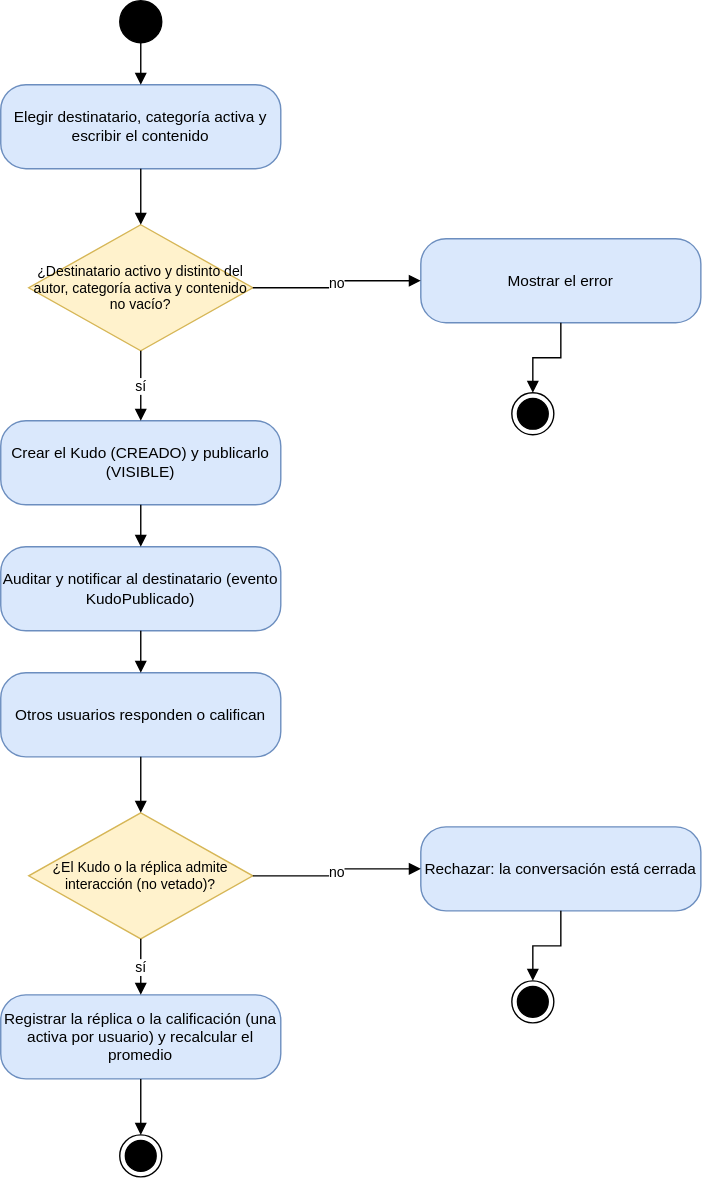
This is documentacion/assets/diagramas/diagramas-actividad-3.svg from JaiderSoto07/kudos-backend, a draw.io export, as it was before one commit. Source tidied: cells renumbered, new cells last; positions are measured from the earlier drawing's top-left corner, leaving out a move shared by most shapes.
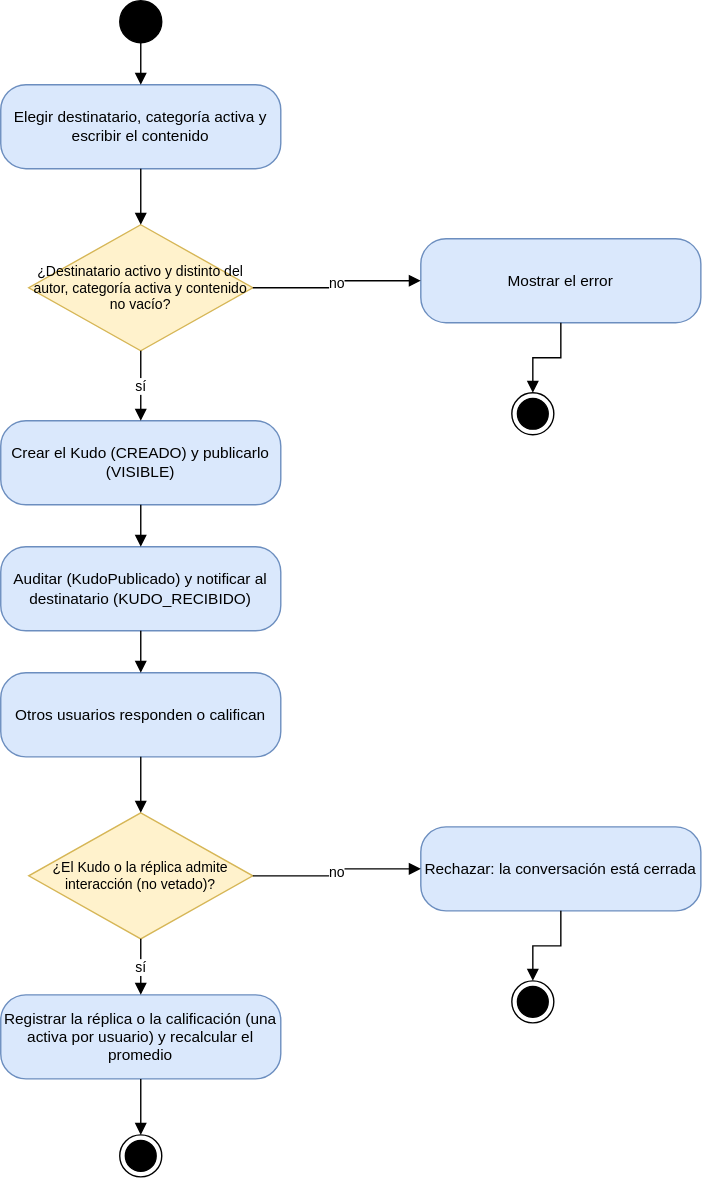
After the commit.

Diff of the diagram source:
```diff
@@ -17,7 +17,7 @@
     <mxCell id="6" value="Crear el Kudo (CREADO) y publicarlo (VISIBLE)" style="rounded=1;whiteSpace=wrap;html=1;arcSize=30;fillColor=#dae8fc;strokeColor=#6c8ebf;fontSize=11;" parent="1" vertex="1">
       <mxGeometry y="300" width="200" height="60" as="geometry" />
     </mxCell>
-    <mxCell id="7" value="Auditar y notificar al destinatario (evento KudoPublicado)" style="rounded=1;whiteSpace=wrap;html=1;arcSize=30;fillColor=#dae8fc;strokeColor=#6c8ebf;fontSize=11;" parent="1" vertex="1">
+    <mxCell id="7" value="Auditar (KudoPublicado) y notificar al destinatario (KUDO_RECIBIDO)" style="rounded=1;whiteSpace=wrap;html=1;arcSize=30;fillColor=#dae8fc;strokeColor=#6c8ebf;fontSize=11;" parent="1" vertex="1">
       <mxGeometry y="390" width="200" height="60" as="geometry" />
     </mxCell>
     <mxCell id="8" value="Otros usuarios responden o califican" style="rounded=1;whiteSpace=wrap;html=1;arcSize=30;fillColor=#dae8fc;strokeColor=#6c8ebf;fontSize=11;" parent="1" vertex="1">
```
